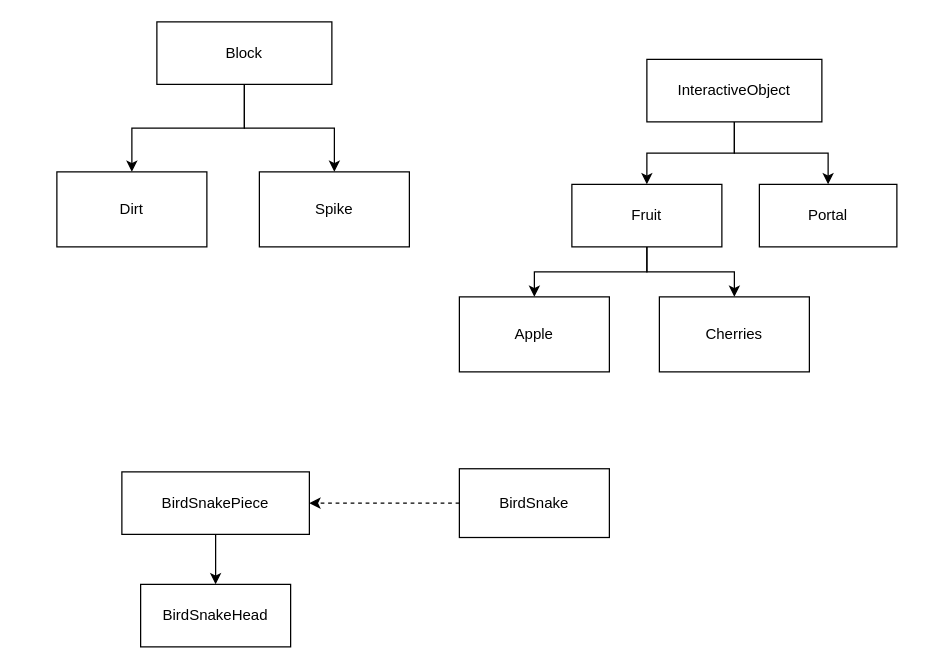
Above: ClassDiagram.drawio in EdZ543/ICS4U-final-project (draw.io), before the change. Source tidied: cells renumbered, new cells numbered last; positions are measured from the earlier drawing's top-left corner, leaving out a move shared by most shapes. Both pictures are drawn from the tidied source at 125%, with x=0, y=0 at pixel (56, 21).
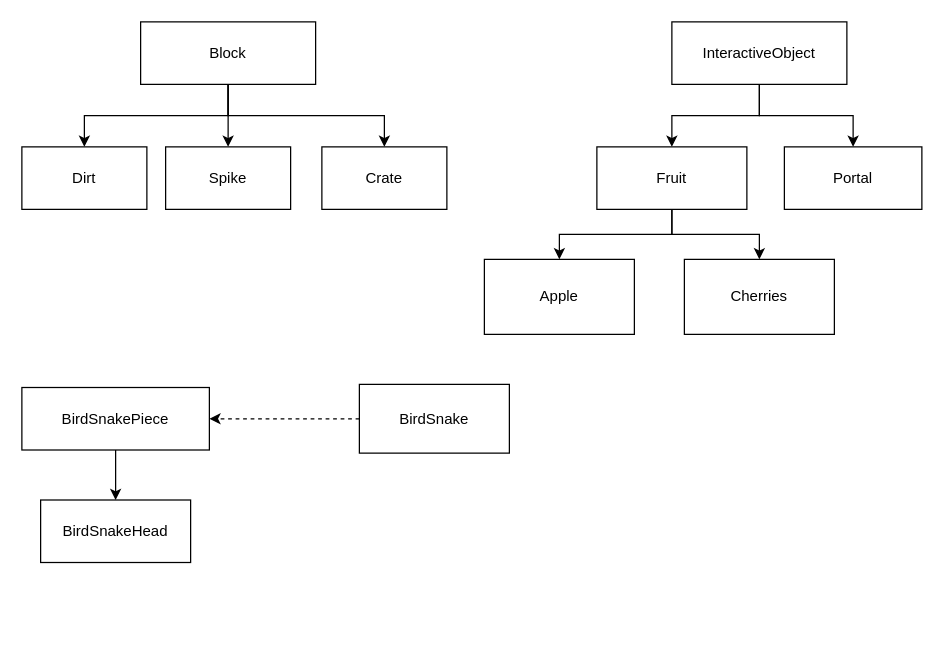
The same diagram, later.

The edit, as a diff of the source:
```diff
@@
     <mxCell id="3" value="BirdSnakePiece" style="rounded=0;whiteSpace=wrap;html=1;" parent="1" vertex="1">
-      <mxGeometry x="52" y="360" width="150" height="50" as="geometry" />
+      <mxGeometry x="-28" y="292.5" width="150" height="50" as="geometry" />
     </mxCell>
@@
+    <mxCell id="21" style="edgeStyle=orthogonalEdgeStyle;rounded=0;jettySize=auto;html=1;exitX=0.5;exitY=1;exitDx=0;exitDy=0;" parent="1" edge="1" source="6" target="22">
+      <mxGeometry relative="1" as="geometry" />
+    </mxCell>
     <mxCell id="6" value="Block" style="rounded=0;whiteSpace=wrap;html=1;" parent="1" vertex="1">
-      <mxGeometry x="80" width="140" height="50" as="geometry" />
+      <mxGeometry x="67" width="140" height="50" as="geometry" />
     </mxCell>
@@
     <mxCell id="9" value="InteractiveObject" style="rounded=0;whiteSpace=wrap;html=1;" parent="1" vertex="1">
-      <mxGeometry x="472" y="30" width="140" height="50" as="geometry" />
+      <mxGeometry x="492" width="140" height="50" as="geometry" />
     </mxCell>
@@
     <mxCell id="12" value="Fruit" style="rounded=0;whiteSpace=wrap;html=1;" parent="1" vertex="1">
-      <mxGeometry x="412" y="130" width="120" height="50" as="geometry" />
+      <mxGeometry x="432" y="100" width="120" height="50" as="geometry" />
     </mxCell>
     <mxCell id="13" value="Portal" style="rounded=0;whiteSpace=wrap;html=1;" parent="1" vertex="1">
-      <mxGeometry x="562" y="130" width="110" height="50" as="geometry" />
+      <mxGeometry x="582" y="100" width="110" height="50" as="geometry" />
     </mxCell>
     <mxCell id="14" value="Apple" style="rounded=0;whiteSpace=wrap;html=1;" parent="1" vertex="1">
-      <mxGeometry x="322" y="220" width="120" height="60" as="geometry" />
+      <mxGeometry x="342" y="190" width="120" height="60" as="geometry" />
     </mxCell>
     <mxCell id="15" value="Cherries" style="rounded=0;whiteSpace=wrap;html=1;" parent="1" vertex="1">
-      <mxGeometry x="482" y="220" width="120" height="60" as="geometry" />
+      <mxGeometry x="502" y="190" width="120" height="60" as="geometry" />
     </mxCell>
     <mxCell id="16" value="Dirt" style="rounded=0;whiteSpace=wrap;html=1;" parent="1" vertex="1">
-      <mxGeometry y="120" width="120" height="60" as="geometry" />
+      <mxGeometry x="-28" y="100" width="100" height="50" as="geometry" />
     </mxCell>
     <mxCell id="17" value="Spike" style="rounded=0;whiteSpace=wrap;html=1;" parent="1" vertex="1">
-      <mxGeometry x="162" y="120" width="120" height="60" as="geometry" />
+      <mxGeometry x="87" y="100" width="100" height="50" as="geometry" />
     </mxCell>
     <mxCell id="18" value="BirdSnakeHead" style="rounded=0;whiteSpace=wrap;html=1;" parent="1" vertex="1">
-      <mxGeometry x="67" y="450" width="120" height="50" as="geometry" />
+      <mxGeometry x="-13" y="382.5" width="120" height="50" as="geometry" />
     </mxCell>
@@
     <mxCell id="20" value="BirdSnake" style="rounded=0;whiteSpace=wrap;html=1;" parent="1" vertex="1">
-      <mxGeometry x="322" y="357.5" width="120" height="55" as="geometry" />
+      <mxGeometry x="242" y="290" width="120" height="55" as="geometry" />
     </mxCell>
+    <mxCell id="22" value="Crate" style="rounded=0;whiteSpace=wrap;html=1;" parent="1" vertex="1">
+      <mxGeometry x="212" y="100" width="100" height="50" as="geometry" />
+    </mxCell>
```
